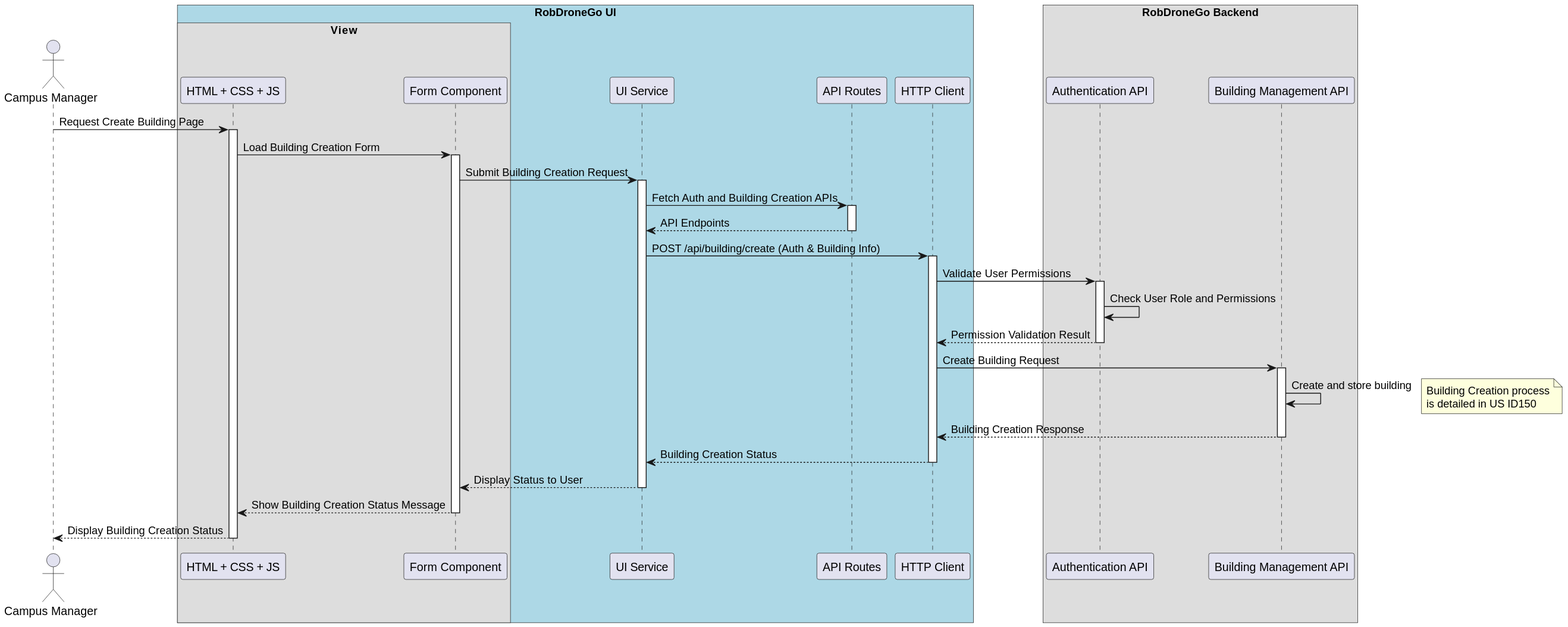
The PlantUML diagram docs/US/ID-1160/SD Lv3.svg in winqus/RobDroneGo, before a commit.
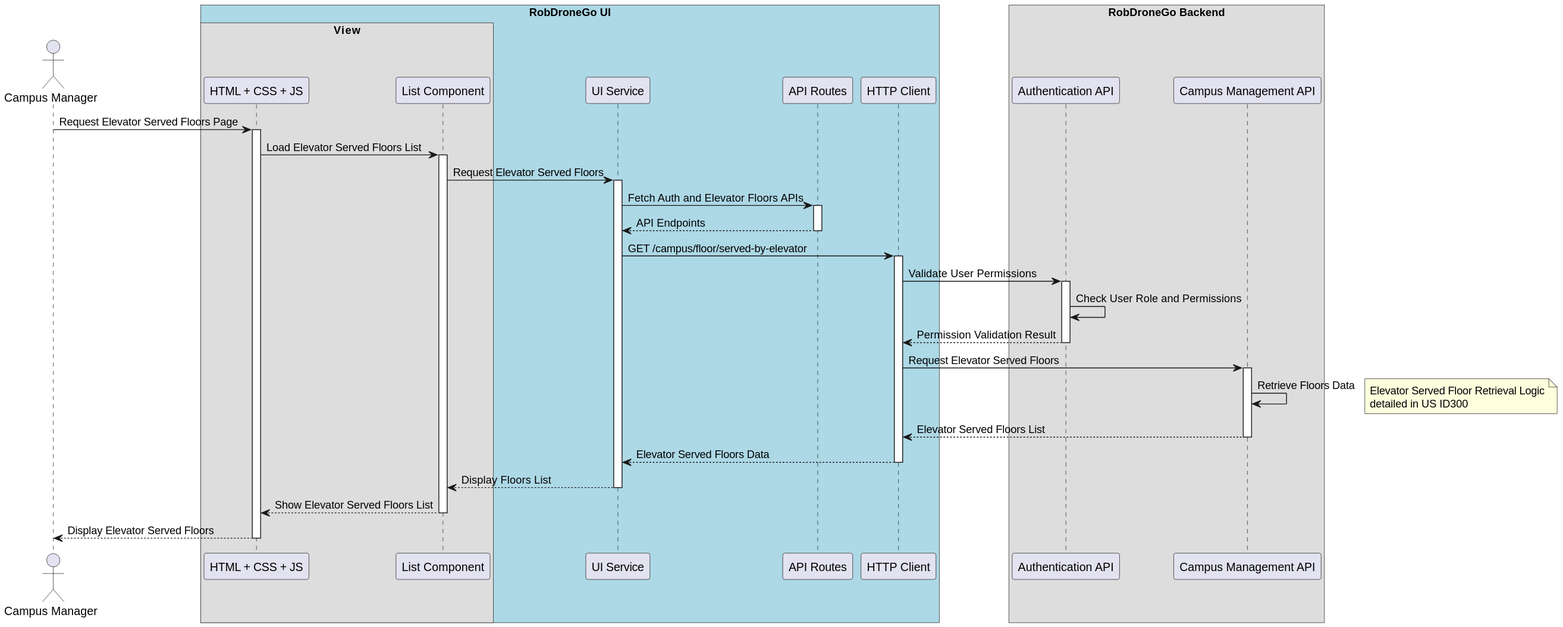
After the change.

What changed in the source:
```diff
@@ -7,7 +7,7 @@
 
     box "View"
         participant "HTML + CSS + JS" as FrontEnd
-        participant "Form Component" as Form
+        participant "List Component" as List
     end box
     participant "UI Service" as UIService
     participant "API Routes" as API_ROUTES
@@ -16,26 +16,26 @@
 end box
 box "RobDroneGo Backend"
     participant "Authentication API" as AuthAPI
-    participant "Building Management API" as CampusAPI
+    participant "Campus Management API" as CampusAPI
 end box
 
 
-user -> FrontEnd : Request Create Building Page
+user -> FrontEnd : Request Elevator Served Floors Page
 activate FrontEnd
 
-    FrontEnd -> Form : Load Building Creation Form
-    activate Form
+    FrontEnd -> List : Load Elevator Served Floors List
+    activate List
 
-        Form -> UIService : Submit Building Creation Request
+        List -> UIService : Request Elevator Served Floors
         activate UIService
 
-            UIService -> API_ROUTES : Fetch Auth and Building Creation APIs
+            UIService -> API_ROUTES : Fetch Auth and Elevator Floors APIs
             activate API_ROUTES
 
             API_ROUTES --> UIService : API Endpoints
             deactivate API_ROUTES
 
-            UIService -> HttpClient : POST /api/building/create (Auth & Building Info)
+            UIService -> HttpClient : GET /campus/floor/served-by-elevator
             activate HttpClient
 
                 HttpClient -> AuthAPI : Validate User Permissions
@@ -46,28 +46,28 @@
                 AuthAPI --> HttpClient : Permission Validation Result
                 deactivate AuthAPI
 
-                HttpClient -> CampusAPI : Create Building Request
+                HttpClient -> CampusAPI : Request Elevator Served Floors
                 activate CampusAPI
 
-                CampusAPI -> CampusAPI : Create and store building
-                note right
-                    Building Creation process
-                    is detailed in US ID150
-                end note
+                    CampusAPI -> CampusAPI : Retrieve Floors Data
+                    note right
+                        Elevator Served Floor Retrieval Logic
+                        detailed in US ID300
+                    end note
 
-                CampusAPI --> HttpClient : Building Creation Response
+                CampusAPI --> HttpClient : Elevator Served Floors List
                 deactivate CampusAPI
 
-            HttpClient --> UIService : Building Creation Status
+            HttpClient --> UIService : Elevator Served Floors Data
             deactivate HttpClient
 
-        UIService --> Form : Display Status to User
+        UIService --> List : Display Floors List
         deactivate UIService
 
-    Form --> FrontEnd : Show Building Creation Status Message
-    deactivate Form
+    List --> FrontEnd : Show Elevator Served Floors List
+    deactivate List
 
-FrontEnd --> user : Display Building Creation Status
+FrontEnd --> user : Display Elevator Served Floors
 deactivate FrontEnd
 
 @enduml
```
